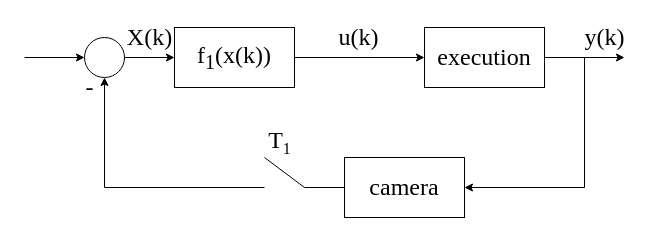
Before: pics/block diagram/system model 1 sensor.drawio in kemosabe564/simulation, a draw.io diagram. Source tidied: cells renumbered, new cells numbered last; positions are measured from the earlier drawing's top-left corner, leaving out a move shared by most shapes. Both pictures are drawn from the tidied source at 100%, with x=0, y=0 at pixel (24, 17).
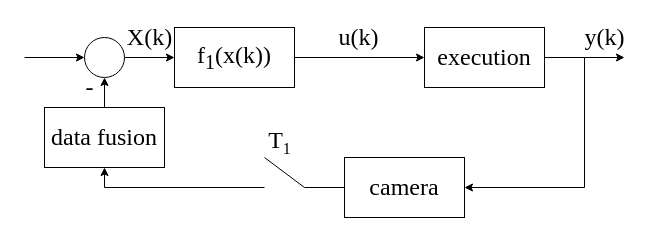
Above is the later version.

The change refers to these unchanged cells:
```xml
<mxCell id="16" style="ellipse;whiteSpace=wrap;html=1;fontFamily=Times New Roman;fontSize=16;" parent="1" vertex="1">
  <mxGeometry x="60" y="20" width="40" height="40" as="geometry" />
</mxCell>
```

The edit, as a diff of the source:
```diff
@@
-    <mxCell id="17" style="endArrow=classic;html=1;rounded=0;fontFamily=Times New Roman;fontSize=16;entryX=0.5;entryY=1;entryDx=0;entryDy=0;" parent="1" edge="1" target="16">
+    <mxCell id="17" style="endArrow=classic;html=1;rounded=0;fontFamily=Times New Roman;fontSize=16;" parent="1" edge="1">
       <mxGeometry relative="1" as="geometry">
         <mxPoint x="80" y="170" as="sourcePoint" />
+        <mxPoint x="80" y="150" as="targetPoint" />
       </mxGeometry>
     </mxCell>
@@
+    <mxCell id="21" style="edgeStyle=orthogonalEdgeStyle;rounded=0;jettySize=auto;html=1;exitX=0.5;exitY=0;exitDx=0;exitDy=0;entryX=0.5;entryY=1;entryDx=0;entryDy=0;" parent="1" edge="1" source="22" target="16">
+      <mxGeometry relative="1" as="geometry" />
+    </mxCell>
+    <mxCell id="22" value="data fusion" style="rounded=0;whiteSpace=wrap;html=1;fontFamily=Times New Roman;fontSize=24;" parent="1" vertex="1">
+      <mxGeometry x="20" y="90" width="120" height="60" as="geometry" />
+    </mxCell>
```
